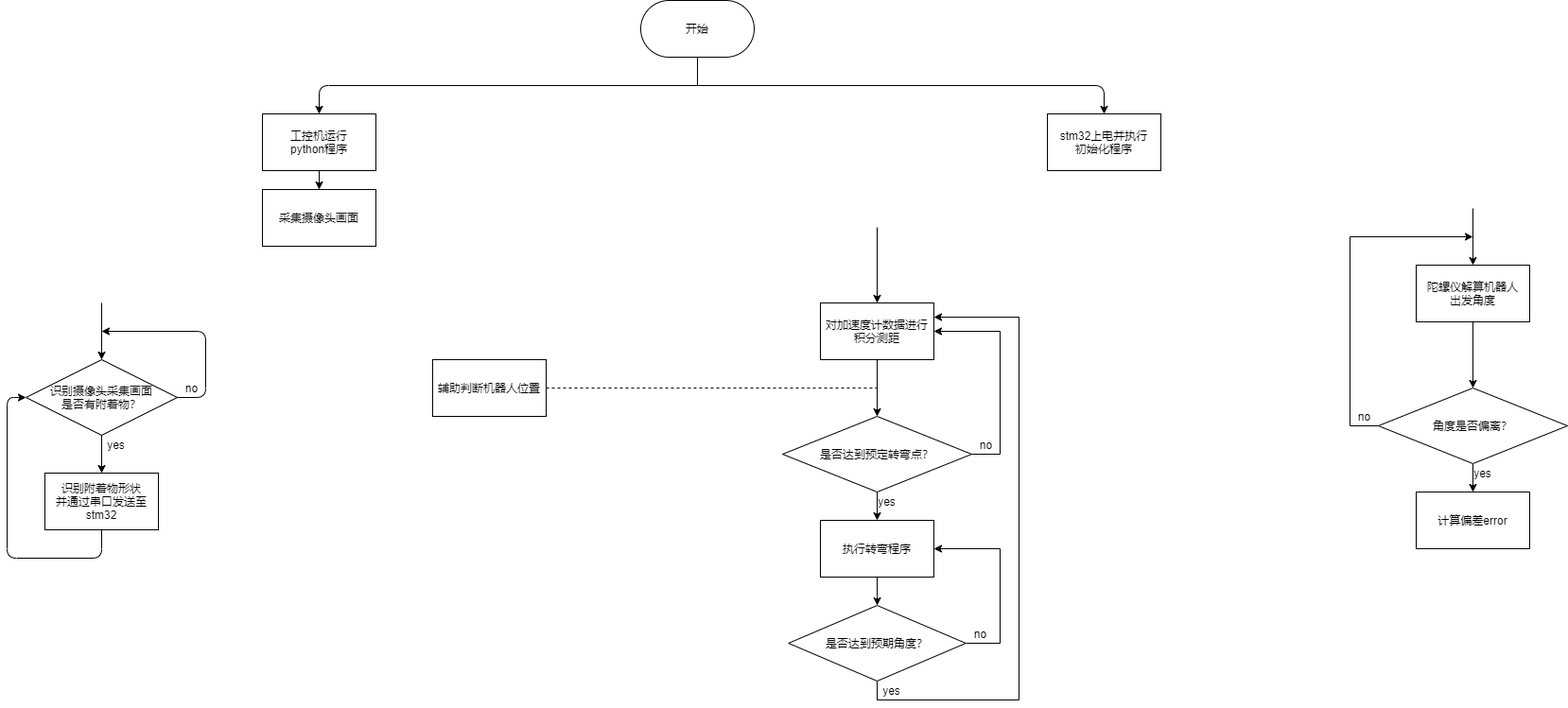
RightTriangle/RightTriangle.github.io keeps this draw.io diagram as test.png. Above is the earlier version. Source tidied: cells renumbered, new cells last; positions are measured from the earlier drawing's top-left corner, leaving out a move shared by most shapes.
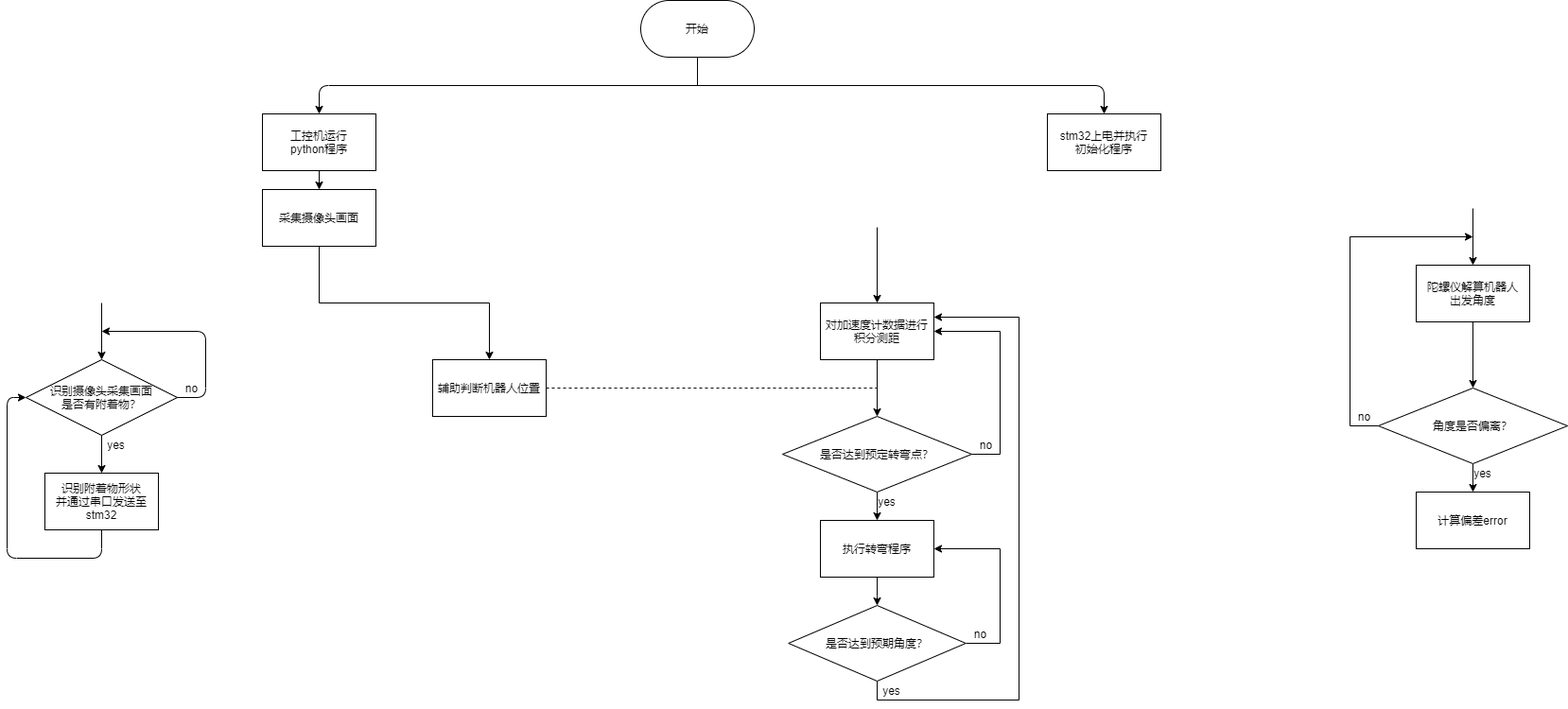
Later version of the same file.

What changed in the source:
```diff
@@ -70,6 +70,9 @@
     <mxCell id="15" style="endArrow=classic;html=1;entryX=0.5;entryY=0;entryDx=0;entryDy=0;exitX=0.5;exitY=1;exitDx=0;exitDy=0;" parent="1" edge="1" source="6" target="16">
       <mxGeometry relative="1" as="geometry" />
     </mxCell>
+    <mxCell id="43" style="edgeStyle=orthogonalEdgeStyle;rounded=0;jettySize=auto;html=1;exitX=0.5;exitY=1;exitDx=0;exitDy=0;entryX=0.5;entryY=0;entryDx=0;entryDy=0;" parent="1" edge="1" source="16" target="17">
+      <mxGeometry relative="1" as="geometry" />
+    </mxCell>
     <mxCell id="16" value="采集摄像头画面" style="rounded=0;whiteSpace=wrap;html=1;" parent="1" vertex="1">
       <mxGeometry x="270" y="200" width="120" height="60" as="geometry" />
     </mxCell>
```
